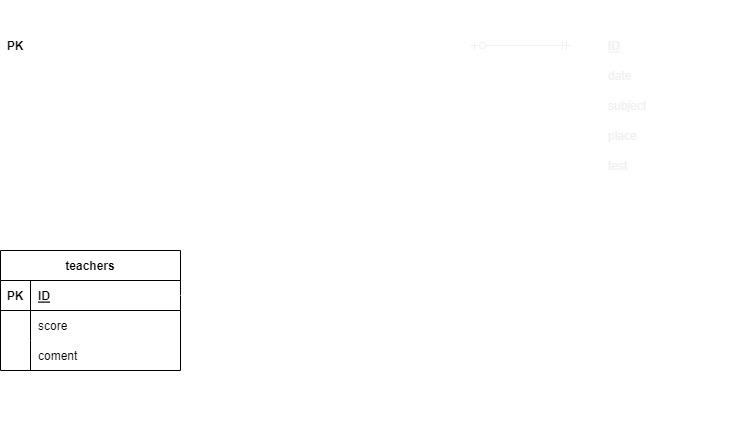
Before: .drawio.png, a diagram exported from draw.io (Rank09/20220602). Source tidied: cells renumbered, new cells last; positions are measured from the earlier drawing's top-left corner, leaving out a move shared by most shapes.
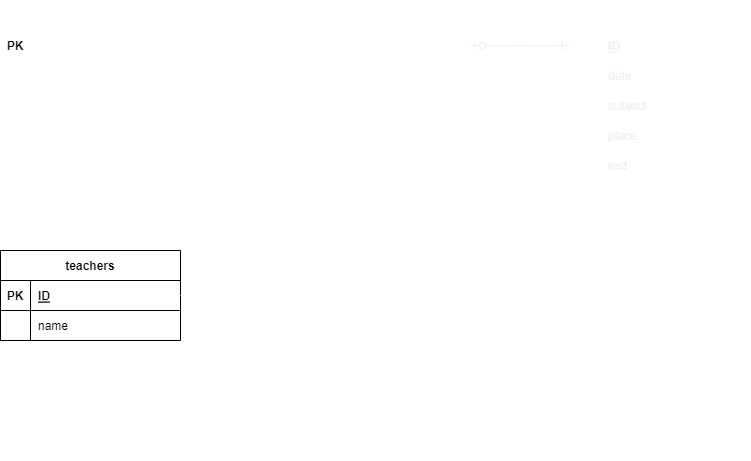
After the change.

Change to the diagram source:
```diff
@@ -120,7 +120,7 @@
       <mxGeometry x="600" y="150" width="150" height="30" as="geometry" />
     </mxCell>
     <mxCell id="40" value="results" style="shape=table;startSize=30;rowLines=0;fontStyle=1;align=center;strokeColor=#FFFFFF;fontColor=#FFFFFF;fillColor=none;" parent="1" vertex="1">
-      <mxGeometry x="290" y="250" width="180" height="180" as="geometry" />
+      <mxGeometry x="290" y="250" width="180" height="210" as="geometry" />
     </mxCell>
     <mxCell id="41" style="shape=partialRectangle;fillColor=none;top=0;left=0;bottom=1;right=0;points=[[0,0.5],[1,0.5]];portConstraint=eastwest;strokeColor=#FFFFFF;fontColor=#FFFFFF;" parent="40" vertex="1">
       <mxGeometry y="30" width="180" height="30" as="geometry" />
@@ -167,6 +167,15 @@
     <mxCell id="55" value="examinations_id" style="shape=partialRectangle;fillColor=none;top=0;left=0;bottom=0;right=0;align=left;spacingLeft=6;overflow=hidden;strokeColor=#FFFFFF;fontColor=#FFFFFF;" parent="53" vertex="1">
       <mxGeometry x="30" width="150" height="30" as="geometry" />
     </mxCell>
+    <mxCell id="70" style="shape=partialRectangle;fillColor=none;top=0;left=0;bottom=0;right=0;strokeColor=#FFFFFF;fontColor=#FFFFFF;" parent="40" vertex="1">
+      <mxGeometry y="180" width="180" height="30" as="geometry" />
+    </mxCell>
+    <mxCell id="71" style="shape=partialRectangle;fillColor=none;top=0;left=0;bottom=0;right=0;overflow=hidden;strokeColor=#FFFFFF;fontColor=#FFFFFF;" parent="70" vertex="1">
+      <mxGeometry width="30" height="30" as="geometry" />
+    </mxCell>
+    <mxCell id="72" value="teacher_id" style="shape=partialRectangle;fillColor=none;top=0;left=0;bottom=0;right=0;align=left;spacingLeft=6;overflow=hidden;strokeColor=#FFFFFF;fontColor=#FFFFFF;" parent="70" vertex="1">
+      <mxGeometry x="30" width="150" height="30" as="geometry" />
+    </mxCell>
     <mxCell id="56" style="edgeStyle=entityRelationEdgeStyle;fontSize=12;html=1;endArrow=ERzeroToMany;startArrow=ERmandOne;exitX=1;exitY=0.5;exitDx=0;exitDy=0;entryX=0;entryY=0.5;entryDx=0;entryDy=0;strokeColor=#FFFFFF;fontColor=#FFFFFF;" parent="1" edge="1" source="3" target="13">
       <mxGeometry relative="1" as="geometry" />
     </mxCell>
@@ -179,7 +188,7 @@
       </mxGeometry>
     </mxCell>
     <mxCell id="59" value="teachers" style="shape=table;startSize=30;rowLines=0;fontStyle=1;align=center;" parent="1" vertex="1">
-      <mxGeometry y="250" width="180" height="120" as="geometry" />
+      <mxGeometry y="250" width="180" height="90" as="geometry" />
     </mxCell>
     <mxCell id="60" style="shape=partialRectangle;fillColor=none;top=0;left=0;bottom=1;right=0;points=[[0,0.5],[1,0.5]];portConstraint=eastwest;" parent="59" vertex="1">
       <mxGeometry y="30" width="180" height="30" as="geometry" />
@@ -196,19 +205,10 @@
     <mxCell id="64" style="shape=partialRectangle;fillColor=none;top=0;left=0;bottom=0;right=0;overflow=hidden;" parent="63" vertex="1">
       <mxGeometry width="30" height="30" as="geometry" />
     </mxCell>
-    <mxCell id="65" value="score" style="shape=partialRectangle;fillColor=none;top=0;left=0;bottom=0;right=0;align=left;spacingLeft=6;overflow=hidden;" parent="63" vertex="1">
+    <mxCell id="65" value="name" style="shape=partialRectangle;fillColor=none;top=0;left=0;bottom=0;right=0;align=left;spacingLeft=6;overflow=hidden;" parent="63" vertex="1">
       <mxGeometry x="30" width="150" height="30" as="geometry" />
     </mxCell>
-    <mxCell id="66" style="shape=partialRectangle;fillColor=none;top=0;left=0;bottom=0;right=0;" parent="59" vertex="1">
-      <mxGeometry y="90" width="180" height="30" as="geometry" />
-    </mxCell>
-    <mxCell id="67" style="shape=partialRectangle;fillColor=none;top=0;left=0;bottom=0;right=0;overflow=hidden;" parent="66" vertex="1">
-      <mxGeometry width="30" height="30" as="geometry" />
-    </mxCell>
-    <mxCell id="68" value="coment" style="shape=partialRectangle;fillColor=none;top=0;left=0;bottom=0;right=0;align=left;spacingLeft=6;overflow=hidden;" parent="66" vertex="1">
-      <mxGeometry x="30" width="150" height="30" as="geometry" />
-    </mxCell>
-    <mxCell id="69" style="edgeStyle=entityRelationEdgeStyle;fontSize=12;html=1;endArrow=ERmandOne;startArrow=ERmandOne;strokeColor=#FFFFFF;exitX=1;exitY=0.5;exitDx=0;exitDy=0;entryX=0;entryY=0.5;entryDx=0;entryDy=0;" parent="1" edge="1" source="60" target="41">
+    <mxCell id="69" style="edgeStyle=entityRelationEdgeStyle;fontSize=12;html=1;endArrow=ERoneToMany;startArrow=ERmandOne;strokeColor=#FFFFFF;exitX=1;exitY=0.5;exitDx=0;exitDy=0;entryX=0;entryY=0.5;entryDx=0;entryDy=0;" parent="1" edge="1" source="60" target="41">
       <mxGeometry relative="1" as="geometry" />
     </mxCell>
   </root>
```
